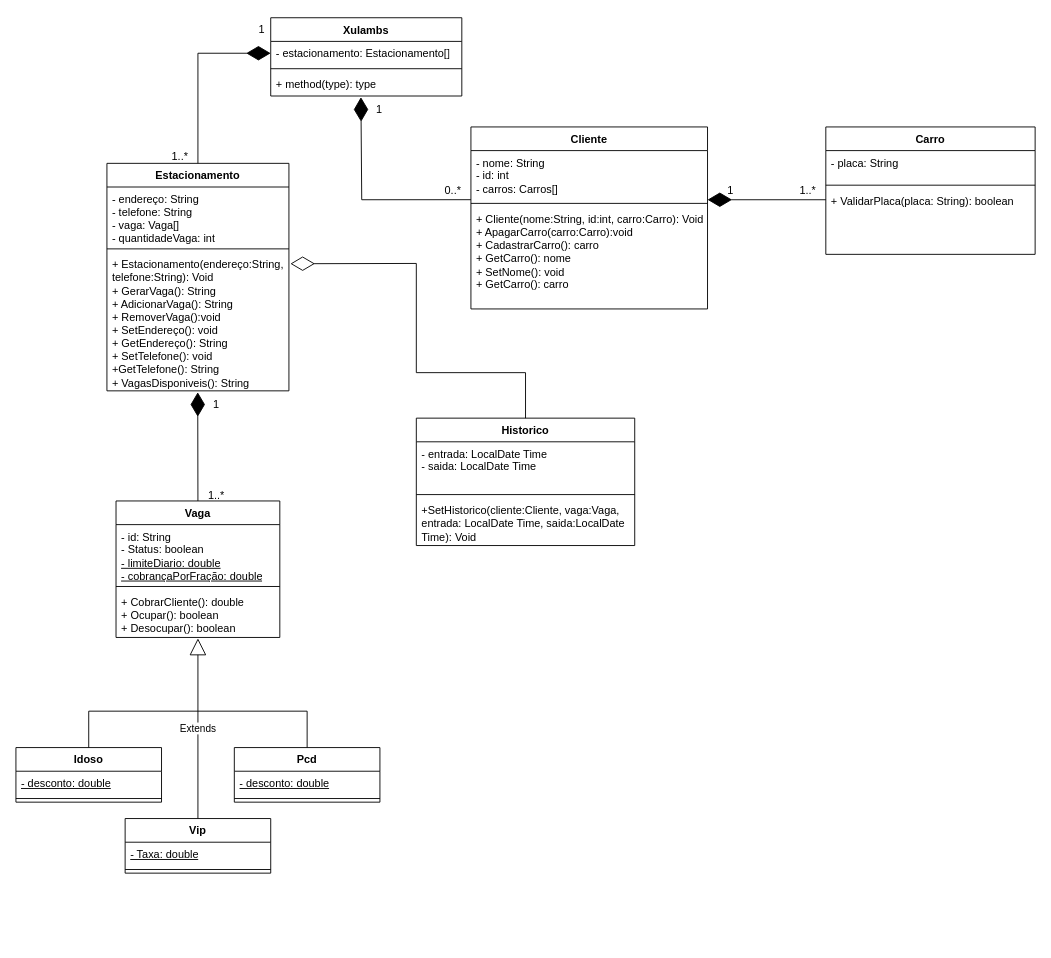
Above: Diagrama sem nome.drawio in Diogo-Henrique-Moreira-da-Silva/C (draw.io), before the change. Source tidied: cells renumbered, new cells numbered last; positions are measured from the earlier drawing's top-left corner, leaving out a move shared by most shapes. Both pictures are drawn from the tidied source at 91%, with x=0, y=0 at pixel (15, 15).
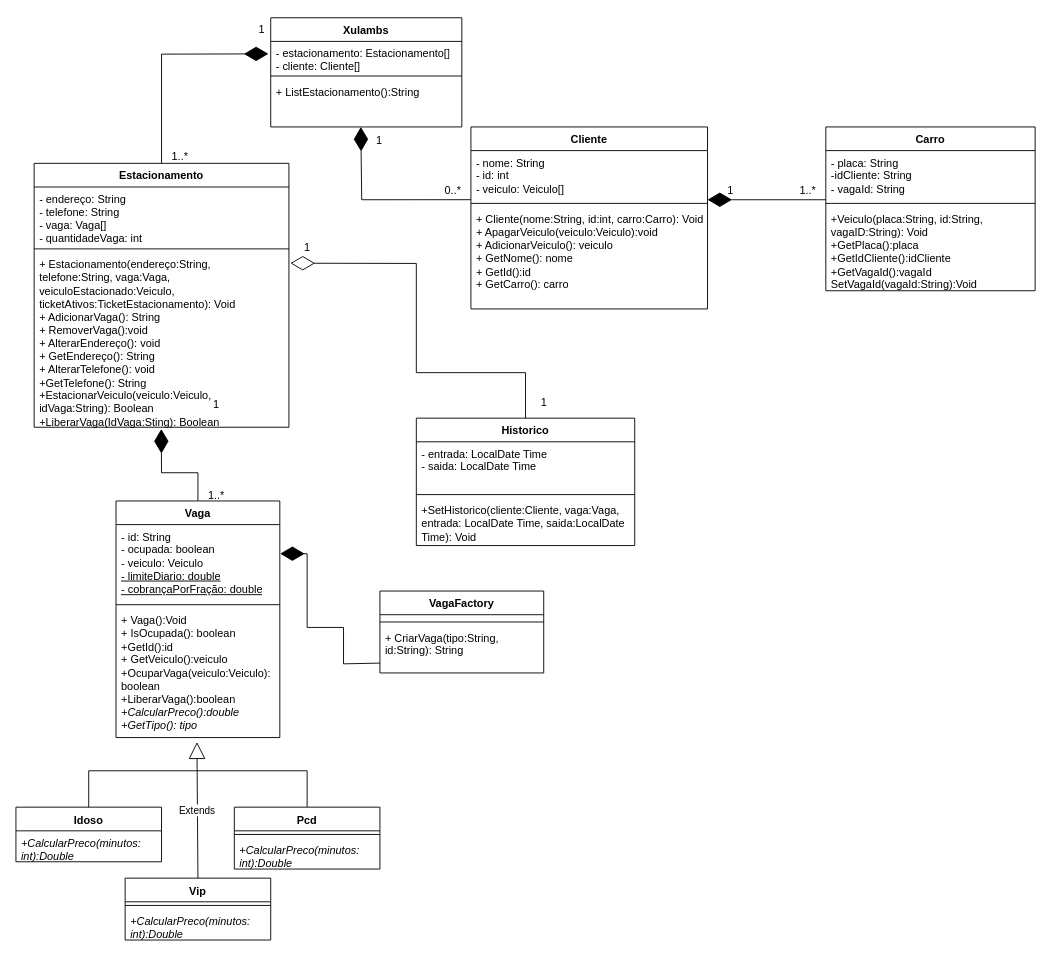
The same page after the edit.

The change refers to these unchanged cells:
```xml
<mxCell id="11" value="Cliente" style="swimlane;fontStyle=1;align=center;verticalAlign=top;horizontal=1;startSize=26;whiteSpace=wrap;html=1;" parent="1" vertex="1">
  <mxGeometry x="500" y="122" width="260" height="200" as="geometry" />
</mxCell>
<mxCell id="15" value="Historico" style="swimlane;fontStyle=1;align=center;verticalAlign=top;horizontal=1;startSize=26;whiteSpace=wrap;html=1;" parent="1" vertex="1">
  <mxGeometry x="440" y="442" width="240" height="140" as="geometry" />
</mxCell>
```

Change to the diagram source:
```diff
@@
     <mxCell id="2" value="Xulambs" style="swimlane;fontStyle=1;align=center;verticalAlign=top;horizontal=1;startSize=26;whiteSpace=wrap;html=1;" parent="1" vertex="1">
-      <mxGeometry x="280" y="2" width="210" height="86" as="geometry" />
+      <mxGeometry x="280" y="2" width="210" height="120" as="geometry" />
     </mxCell>
-    <mxCell id="3" value="- estacionamento: Estacionamento[]" style="text;strokeColor=none;fillColor=none;align=left;verticalAlign=top;spacingLeft=4;spacingRight=4;overflow=hidden;points=[[0,0.5],[1,0.5]];portConstraint=eastwest;whiteSpace=wrap;html=1;" parent="2" vertex="1">
-      <mxGeometry y="26" width="210" height="26" as="geometry" />
+    <mxCell id="3" value="- estacionamento: Estacionamento[]&lt;div&gt;- cliente: Cliente[]&lt;/div&gt;" style="text;strokeColor=none;fillColor=none;align=left;verticalAlign=top;spacingLeft=4;spacingRight=4;overflow=hidden;points=[[0,0.5],[1,0.5]];portConstraint=eastwest;whiteSpace=wrap;html=1;" parent="2" vertex="1">
+      <mxGeometry y="26" width="210" height="34" as="geometry" />
     </mxCell>
     <mxCell id="4" style="line;strokeWidth=1;fillColor=none;align=left;verticalAlign=middle;spacingTop=-1;spacingLeft=3;spacingRight=3;labelPosition=right;strokeColor=inherit;" parent="2" vertex="1">
-      <mxGeometry y="52" width="210" height="8" as="geometry" />
+      <mxGeometry y="60" width="210" height="8" as="geometry" />
     </mxCell>
-    <mxCell id="5" value="+ method(type): type" style="text;strokeColor=none;fillColor=none;align=left;verticalAlign=top;spacingLeft=4;spacingRight=4;overflow=hidden;points=[[0,0.5],[1,0.5]];portConstraint=eastwest;whiteSpace=wrap;html=1;" parent="2" vertex="1">
-      <mxGeometry y="60" width="210" height="26" as="geometry" />
+    <mxCell id="5" value="+ ListEstacionamento():String" style="text;strokeColor=none;fillColor=none;align=left;verticalAlign=top;spacingLeft=4;spacingRight=4;overflow=hidden;points=[[0,0.5],[1,0.5]];portConstraint=eastwest;whiteSpace=wrap;html=1;" parent="2" vertex="1">
+      <mxGeometry y="68" width="210" height="52" as="geometry" />
     </mxCell>
     <mxCell id="6" value="Estacionamento" style="swimlane;fontStyle=1;align=center;verticalAlign=top;horizontal=1;startSize=26;whiteSpace=wrap;html=1;" parent="1" vertex="1">
-      <mxGeometry x="100" y="162" width="200" height="250" as="geometry" />
+      <mxGeometry x="20" y="162" width="280" height="290" as="geometry" />
     </mxCell>
     <mxCell id="7" value="- endereço: String&lt;div&gt;- telefone: String&lt;/div&gt;&lt;div&gt;- vaga: Vaga[]&lt;/div&gt;&lt;div&gt;- quantidadeVaga: int&lt;/div&gt;" style="text;strokeColor=none;fillColor=none;align=left;verticalAlign=top;spacingLeft=4;spacingRight=4;overflow=hidden;whiteSpace=wrap;html=1;" parent="6" vertex="1">
-      <mxGeometry y="26" width="200" height="64" as="geometry" />
+      <mxGeometry y="26" width="280" height="64" as="geometry" />
     </mxCell>
     <mxCell id="8" style="line;strokeWidth=1;fillColor=none;align=left;verticalAlign=middle;spacingTop=-1;spacingLeft=3;spacingRight=3;labelPosition=right;strokeColor=inherit;" parent="6" vertex="1">
-      <mxGeometry y="90" width="200" height="8" as="geometry" />
+      <mxGeometry y="90" width="280" height="8" as="geometry" />
     </mxCell>
-    <mxCell id="9" value="&lt;div&gt;+ Estacionamento(endereço:String, telefone:String): Void&lt;/div&gt;&lt;div&gt;+ GerarVaga(): String&lt;/div&gt;+ AdicionarVaga(): String&lt;div&gt;+ RemoverVaga():void&lt;/div&gt;&lt;div&gt;+ SetEndereço(): void&lt;/div&gt;&lt;div&gt;+ GetEndereço(): String&amp;nbsp;&lt;/div&gt;&lt;div&gt;+ SetTelefone(): void&amp;nbsp;&lt;/div&gt;&lt;div&gt;+GetTelefone(): String&lt;/div&gt;&lt;div&gt;+ VagasDisponiveis(): String&lt;/div&gt;" style="text;strokeColor=none;fillColor=none;align=left;verticalAlign=top;spacingLeft=4;spacingRight=4;overflow=hidden;points=[[0,0.5],[1,0.5]];portConstraint=eastwest;whiteSpace=wrap;html=1;" parent="6" vertex="1">
-      <mxGeometry y="98" width="200" height="152" as="geometry" />
+    <mxCell id="9" value="&lt;div&gt;+ Estacionamento(endereço:String, telefone:String, vaga:Vaga, veiculoEstacionado:Veiculo, ticketAtivos:TicketEstacionamento): Void&lt;/div&gt;&lt;div&gt;&lt;span style=&quot;background-color: initial;&quot;&gt;+ AdicionarVaga(): String&lt;/span&gt;&lt;br&gt;&lt;/div&gt;&lt;div&gt;+ RemoverVaga():void&lt;/div&gt;&lt;div&gt;+ AlterarEndereço(): void&lt;/div&gt;&lt;div&gt;+ GetEndereço(): String&amp;nbsp;&lt;/div&gt;&lt;div&gt;+ AlterarTelefone(): void&amp;nbsp;&lt;/div&gt;&lt;div&gt;+GetTelefone(): String&lt;/div&gt;&lt;div&gt;+EstacionarVeiculo(veiculo:Veiculo, idVaga:String): Boolean&lt;/div&gt;&lt;div&gt;+LiberarVaga(IdVaga:Sting): Boolean&lt;/div&gt;" style="text;strokeColor=none;fillColor=none;align=left;verticalAlign=top;spacingLeft=4;spacingRight=4;overflow=hidden;points=[[0,0.5],[1,0.5]];portConstraint=eastwest;whiteSpace=wrap;html=1;" parent="6" vertex="1">
+      <mxGeometry y="98" width="280" height="192" as="geometry" />
     </mxCell>
-    <mxCell id="10" style="endArrow=diamondThin;endFill=1;endSize=24;html=1;rounded=0;entryX=0;entryY=0.5;entryDx=0;entryDy=0;exitX=0.5;exitY=0;exitDx=0;exitDy=0;" parent="1" edge="1" source="6" target="3">
+    <mxCell id="10" style="endArrow=diamondThin;endFill=1;endSize=24;html=1;rounded=0;entryX=-0.012;entryY=0.403;entryDx=0;entryDy=0;exitX=0.5;exitY=0;exitDx=0;exitDy=0;entryPerimeter=0;" parent="1" edge="1" source="6" target="3">
       <mxGeometry relative="1" as="geometry">
         <Array as="points">
-          <mxPoint x="200" y="41" />
+          <mxPoint x="160" y="42" />
         </Array>
       </mxGeometry>
     </mxCell>
@@
-    <mxCell id="12" value="- nome: String&lt;div&gt;- id: int&lt;/div&gt;&lt;div&gt;- carros: Carros[]&lt;/div&gt;" style="text;strokeColor=none;fillColor=none;align=left;verticalAlign=top;spacingLeft=4;spacingRight=4;overflow=hidden;points=[[0,0.5],[1,0.5]];portConstraint=eastwest;whiteSpace=wrap;html=1;" parent="11" vertex="1">
+    <mxCell id="12" value="- nome: String&lt;div&gt;- id: int&lt;/div&gt;&lt;div&gt;- veiculo: Veiculo[]&lt;/div&gt;" style="text;strokeColor=none;fillColor=none;align=left;verticalAlign=top;spacingLeft=4;spacingRight=4;overflow=hidden;points=[[0,0.5],[1,0.5]];portConstraint=eastwest;whiteSpace=wrap;html=1;" parent="11" vertex="1">
       <mxGeometry y="26" width="260" height="54" as="geometry" />
     </mxCell>
@@
-    <mxCell id="14" value="+ Cliente(nome:String, id:int, carro:Carro): Void&lt;div&gt;+ ApagarCarro(carro:Carro):void&lt;/div&gt;&lt;div&gt;+ CadastrarCarro(): carro&lt;/div&gt;&lt;div&gt;+ GetCarro(): nome&lt;/div&gt;&lt;div&gt;+ SetNome(): void&lt;/div&gt;&lt;div&gt;+ GetCarro(): carro&lt;/div&gt;" style="text;strokeColor=none;fillColor=none;align=left;verticalAlign=top;spacingLeft=4;spacingRight=4;overflow=hidden;whiteSpace=wrap;html=1;" parent="11" vertex="1">
+    <mxCell id="14" value="+ Cliente(nome:String, id:int, carro:Carro): Void&lt;div&gt;+ ApagarVeiculo(veiculo:Veiculo):void&lt;/div&gt;&lt;div&gt;+ AdicionarVeiculo(): veiculo&lt;/div&gt;&lt;div&gt;+ GetNome(): nome&lt;/div&gt;&lt;div&gt;+ GetId():id&lt;/div&gt;&lt;div&gt;&lt;span style=&quot;background-color: initial;&quot;&gt;+ GetCarro(): carro&lt;/span&gt;&lt;br&gt;&lt;/div&gt;" style="text;strokeColor=none;fillColor=none;align=left;verticalAlign=top;spacingLeft=4;spacingRight=4;overflow=hidden;whiteSpace=wrap;html=1;" parent="11" vertex="1">
       <mxGeometry y="88" width="260" height="112" as="geometry" />
     </mxCell>
@@
     <mxCell id="20" value="Carro" style="swimlane;fontStyle=1;align=center;verticalAlign=top;horizontal=1;startSize=26;whiteSpace=wrap;html=1;" parent="1" vertex="1">
-      <mxGeometry x="890" y="122" width="230" height="140" as="geometry" />
+      <mxGeometry x="890" y="122" width="230" height="180" as="geometry" />
     </mxCell>
-    <mxCell id="21" value="- placa: String" style="text;strokeColor=none;fillColor=none;align=left;verticalAlign=top;spacingLeft=4;spacingRight=4;overflow=hidden;whiteSpace=wrap;html=1;" parent="20" vertex="1">
-      <mxGeometry y="26" width="230" height="34" as="geometry" />
+    <mxCell id="21" value="- placa: String&lt;div&gt;-idCliente: String&lt;/div&gt;&lt;div&gt;- vagaId: String&lt;/div&gt;" style="text;strokeColor=none;fillColor=none;align=left;verticalAlign=top;spacingLeft=4;spacingRight=4;overflow=hidden;whiteSpace=wrap;html=1;" parent="20" vertex="1">
+      <mxGeometry y="26" width="230" height="54" as="geometry" />
     </mxCell>
     <mxCell id="22" style="line;strokeWidth=1;fillColor=none;align=left;verticalAlign=middle;spacingTop=-1;spacingLeft=3;spacingRight=3;labelPosition=right;strokeColor=inherit;" parent="20" vertex="1">
-      <mxGeometry y="60" width="230" height="8" as="geometry" />
+      <mxGeometry y="80" width="230" height="8" as="geometry" />
     </mxCell>
-    <mxCell id="23" value="+ ValidarPlaca(placa: String): boolean" style="text;strokeColor=none;fillColor=none;align=left;verticalAlign=top;spacingLeft=4;spacingRight=4;overflow=hidden;whiteSpace=wrap;html=1;" parent="20" vertex="1">
-      <mxGeometry y="68" width="230" height="72" as="geometry" />
+    <mxCell id="23" value="+Veiculo(placa:String, id:String, vagaID:String): Void&lt;div&gt;+GetPlaca():placa&lt;/div&gt;+GetIdCliente():idCliente&lt;div&gt;+GetVagaId():vagaId&lt;br&gt;&lt;/div&gt;&lt;div&gt;SetVagaId(vagaId:String):Void&lt;/div&gt;" style="text;strokeColor=none;fillColor=none;align=left;verticalAlign=top;spacingLeft=4;spacingRight=4;overflow=hidden;whiteSpace=wrap;html=1;" parent="20" vertex="1">
+      <mxGeometry y="88" width="230" height="92" as="geometry" />
     </mxCell>
-    <mxCell id="24" style="endArrow=diamondThin;endFill=1;endSize=24;html=1;rounded=0;entryX=0.472;entryY=1.051;entryDx=0;entryDy=0;entryPerimeter=0;exitX=0;exitY=0.999;exitDx=0;exitDy=0;exitPerimeter=0;" parent="1" edge="1" source="12" target="5">
+    <mxCell id="24" style="endArrow=diamondThin;endFill=1;endSize=24;html=1;rounded=0;exitX=0;exitY=0.999;exitDx=0;exitDy=0;exitPerimeter=0;" parent="1" edge="1" source="12">
       <mxGeometry relative="1" as="geometry">
+        <mxPoint x="379" y="122" as="targetPoint" />
         <Array as="points">
           <mxPoint x="380" y="202" />
         </Array>
       </mxGeometry>
     </mxCell>
-    <mxCell id="25" style="endArrow=diamondThin;endFill=0;endSize=24;html=1;rounded=0;entryX=1.008;entryY=0.081;entryDx=0;entryDy=0;entryPerimeter=0;exitX=0.5;exitY=0;exitDx=0;exitDy=0;" parent="1" edge="1" source="15" target="9">
+    <mxCell id="25" style="endArrow=diamondThin;endFill=0;endSize=24;html=1;rounded=0;entryX=1.006;entryY=0.061;entryDx=0;entryDy=0;entryPerimeter=0;exitX=0.5;exitY=0;exitDx=0;exitDy=0;" parent="1" edge="1" source="15" target="9">
       <mxGeometry relative="1" as="geometry">
         <Array as="points">
           <mxPoint x="560" y="392" />
           <mxPoint x="440" y="392" />
           <mxPoint x="440" y="272" />
         </Array>
       </mxGeometry>
     </mxCell>
     <mxCell id="26" style="endArrow=diamondThin;endFill=1;endSize=24;html=1;rounded=0;entryX=0.499;entryY=1.01;entryDx=0;entryDy=0;entryPerimeter=0;exitX=0.5;exitY=0;exitDx=0;exitDy=0;" parent="1" edge="1" source="27" target="9">
-      <mxGeometry relative="1" as="geometry" />
+      <mxGeometry relative="1" as="geometry">
+        <Array as="points">
+          <mxPoint x="200" y="502" />
+          <mxPoint x="160" y="502" />
+        </Array>
+      </mxGeometry>
     </mxCell>
     <mxCell id="27" value="Vaga" style="swimlane;fontStyle=1;align=center;verticalAlign=top;horizontal=1;startSize=26;whiteSpace=wrap;html=1;" parent="1" vertex="1">
-      <mxGeometry x="110" y="533" width="180" height="150" as="geometry" />
+      <mxGeometry x="110" y="533" width="180" height="260" as="geometry" />
     </mxCell>
-    <mxCell id="28" value="- id: String&lt;div&gt;- Status: boolean&lt;/div&gt;&lt;div&gt;&lt;div&gt;&lt;u&gt;- limiteDiario: double&lt;/u&gt;&lt;/div&gt;&lt;div&gt;&lt;u&gt;- cobrançaPorFração: double&lt;/u&gt;&lt;/div&gt;&lt;/div&gt;" style="text;strokeColor=none;fillColor=none;align=left;verticalAlign=top;spacingLeft=4;spacingRight=4;overflow=hidden;points=[[0,0.5],[1,0.5]];portConstraint=eastwest;whiteSpace=wrap;html=1;" parent="27" vertex="1">
-      <mxGeometry y="26" width="180" height="64" as="geometry" />
+    <mxCell id="28" value="- id: String&lt;div&gt;- ocupada: boolean&lt;/div&gt;&lt;div&gt;- veiculo: Veiculo&lt;/div&gt;&lt;div&gt;&lt;div&gt;&lt;u&gt;- limiteDiario: double&lt;/u&gt;&lt;/div&gt;&lt;div&gt;&lt;u&gt;- cobrançaPorFração: double&lt;/u&gt;&lt;/div&gt;&lt;/div&gt;" style="text;strokeColor=none;fillColor=none;align=left;verticalAlign=top;spacingLeft=4;spacingRight=4;overflow=hidden;points=[[0,0.5],[1,0.5]];portConstraint=eastwest;whiteSpace=wrap;html=1;" parent="27" vertex="1">
+      <mxGeometry y="26" width="180" height="84" as="geometry" />
     </mxCell>
     <mxCell id="29" style="line;strokeWidth=1;fillColor=none;align=left;verticalAlign=middle;spacingTop=-1;spacingLeft=3;spacingRight=3;labelPosition=right;strokeColor=inherit;" parent="27" vertex="1">
-      <mxGeometry y="90" width="180" height="8" as="geometry" />
+      <mxGeometry y="110" width="180" height="8" as="geometry" />
     </mxCell>
-    <mxCell id="30" value="+ CobrarCliente(): double&lt;div&gt;+ Ocupar(): boolean&lt;/div&gt;&lt;div&gt;+ Desocupar(): boolean&lt;/div&gt;" style="text;strokeColor=none;fillColor=none;align=left;verticalAlign=top;spacingLeft=4;spacingRight=4;overflow=hidden;points=[[0,0.5],[1,0.5]];portConstraint=eastwest;whiteSpace=wrap;html=1;" parent="27" vertex="1">
-      <mxGeometry y="98" width="180" height="52" as="geometry" />
+    <mxCell id="30" value="&lt;div&gt;+ Vaga():Void&lt;/div&gt;&lt;div&gt;+ IsOcupada(): boolean&lt;/div&gt;&lt;div&gt;+GetId():id&lt;/div&gt;&lt;div&gt;+ GetVeiculo():veiculo&lt;/div&gt;&lt;div&gt;+OcuparVaga&lt;span style=&quot;background-color: initial;&quot;&gt;(veiculo:Veiculo): boolean&lt;/span&gt;&lt;/div&gt;&lt;div&gt;&lt;span style=&quot;background-color: initial;&quot;&gt;+LiberarVaga():boolean&lt;/span&gt;&lt;/div&gt;&lt;div&gt;&lt;span style=&quot;background-color: initial;&quot;&gt;&lt;i&gt;+CalcularPreco():double&lt;/i&gt;&lt;/span&gt;&lt;/div&gt;&lt;div&gt;&lt;span style=&quot;background-color: initial;&quot;&gt;&lt;i&gt;+GetTipo(): tipo&lt;/i&gt;&lt;/span&gt;&lt;/div&gt;" style="text;strokeColor=none;fillColor=none;align=left;verticalAlign=top;spacingLeft=4;spacingRight=4;overflow=hidden;points=[[0,0.5],[1,0.5]];portConstraint=eastwest;whiteSpace=wrap;html=1;" parent="27" vertex="1">
+      <mxGeometry y="118" width="180" height="142" as="geometry" />
     </mxCell>
     <mxCell id="31" value="Idoso" style="swimlane;fontStyle=1;align=center;verticalAlign=top;horizontal=1;startSize=26;whiteSpace=wrap;html=1;" parent="1" vertex="1">
-      <mxGeometry y="804" width="160" height="60" as="geometry" />
+      <mxGeometry y="869.5" width="160" height="60" as="geometry" />
     </mxCell>
-    <mxCell id="32" value="&lt;u&gt;- desconto: double&lt;/u&gt;" style="text;strokeColor=none;fillColor=none;align=left;verticalAlign=top;spacingLeft=4;spacingRight=4;overflow=hidden;whiteSpace=wrap;html=1;" parent="31" vertex="1">
-      <mxGeometry y="26" width="160" height="26" as="geometry" />
-    </mxCell>
-    <mxCell id="33" style="line;strokeWidth=1;fillColor=none;align=left;verticalAlign=middle;spacingTop=-1;spacingLeft=3;spacingRight=3;labelPosition=right;strokeColor=inherit;" parent="31" vertex="1">
-      <mxGeometry y="52" width="160" height="8" as="geometry" />
-    </mxCell>
+    <mxCell id="51" value="&lt;i&gt;+CalcularPreco(minutos:&lt;/i&gt;&lt;div&gt;&lt;i&gt;int):Double&lt;/i&gt;&lt;/div&gt;" style="text;strokeColor=none;fillColor=none;align=left;verticalAlign=top;spacingLeft=4;spacingRight=4;overflow=hidden;whiteSpace=wrap;html=1;" parent="31" vertex="1">
+      <mxGeometry y="26" width="160" height="34" as="geometry" />
+    </mxCell>
     <mxCell id="34" value="Vip" style="swimlane;fontStyle=1;align=center;verticalAlign=top;horizontal=1;startSize=26;whiteSpace=wrap;html=1;" parent="1" vertex="1">
-      <mxGeometry x="120" y="882" width="160" height="60" as="geometry" />
+      <mxGeometry x="120" y="947.5" width="160" height="68" as="geometry" />
     </mxCell>
-    <mxCell id="35" value="&lt;u&gt;- Taxa: double&lt;/u&gt;" style="text;strokeColor=none;fillColor=none;align=left;verticalAlign=top;spacingLeft=4;spacingRight=4;overflow=hidden;whiteSpace=wrap;html=1;" parent="34" vertex="1">
-      <mxGeometry y="26" width="160" height="26" as="geometry" />
-    </mxCell>
     <mxCell id="36" style="line;strokeWidth=1;fillColor=none;align=left;verticalAlign=middle;spacingTop=-1;spacingLeft=3;spacingRight=3;labelPosition=right;strokeColor=inherit;" parent="34" vertex="1">
-      <mxGeometry y="52" width="160" height="8" as="geometry" />
+      <mxGeometry y="26" width="160" height="8" as="geometry" />
     </mxCell>
+    <mxCell id="52" value="&lt;i&gt;+CalcularPreco(minutos:&lt;/i&gt;&lt;div&gt;&lt;i&gt;int):Double&lt;/i&gt;&lt;/div&gt;" style="text;strokeColor=none;fillColor=none;align=left;verticalAlign=top;spacingLeft=4;spacingRight=4;overflow=hidden;whiteSpace=wrap;html=1;" parent="34" vertex="1">
+      <mxGeometry y="34" width="160" height="34" as="geometry" />
+    </mxCell>
     <mxCell id="37" value="Pcd" style="swimlane;fontStyle=1;align=center;verticalAlign=top;horizontal=1;startSize=26;whiteSpace=wrap;html=1;" parent="1" vertex="1">
-      <mxGeometry x="240" y="804" width="160" height="60" as="geometry" />
+      <mxGeometry x="240" y="869.5" width="160" height="68" as="geometry" />
     </mxCell>
-    <mxCell id="38" value="&lt;u&gt;- desconto: double&lt;/u&gt;" style="text;strokeColor=none;fillColor=none;align=left;verticalAlign=top;spacingLeft=4;spacingRight=4;overflow=hidden;whiteSpace=wrap;html=1;" parent="37" vertex="1">
-      <mxGeometry y="26" width="160" height="26" as="geometry" />
-    </mxCell>
     <mxCell id="39" style="line;strokeWidth=1;fillColor=none;align=left;verticalAlign=middle;spacingTop=-1;spacingLeft=3;spacingRight=3;labelPosition=right;strokeColor=inherit;" parent="37" vertex="1">
-      <mxGeometry y="52" width="160" height="8" as="geometry" />
+      <mxGeometry y="26" width="160" height="8" as="geometry" />
     </mxCell>
+    <mxCell id="53" value="&lt;i&gt;+CalcularPreco(minutos:&lt;/i&gt;&lt;div&gt;&lt;i&gt;int):Double&lt;/i&gt;&lt;/div&gt;" style="text;strokeColor=none;fillColor=none;align=left;verticalAlign=top;spacingLeft=4;spacingRight=4;overflow=hidden;whiteSpace=wrap;html=1;" parent="37" vertex="1">
+      <mxGeometry y="34" width="160" height="34" as="geometry" />
+    </mxCell>
-    <mxCell id="40" value="Extends" style="endArrow=block;endSize=16;endFill=0;html=1;rounded=0;exitX=0.5;exitY=0;exitDx=0;exitDy=0;entryX=0.5;entryY=1.019;entryDx=0;entryDy=0;entryPerimeter=0;" parent="1" edge="1" source="34" target="30">
+    <mxCell id="40" value="Extends" style="endArrow=block;endSize=16;endFill=0;html=1;rounded=0;exitX=0.5;exitY=0;exitDx=0;exitDy=0;entryX=0.494;entryY=1.035;entryDx=0;entryDy=0;entryPerimeter=0;" parent="1" edge="1" source="34" target="30">
       <mxGeometry relative="1" as="geometry" />
     </mxCell>
     <mxCell id="41" style="endArrow=none;html=1;rounded=0;entryX=0.5;entryY=0;entryDx=0;entryDy=0;" parent="1" edge="1" target="37">
       <mxGeometry relative="1" as="geometry">
-        <mxPoint x="200" y="764" as="sourcePoint" />
+        <mxPoint x="200" y="829.5" as="sourcePoint" />
         <Array as="points">
-          <mxPoint x="320" y="764" />
+          <mxPoint x="320" y="829.5" />
         </Array>
       </mxGeometry>
     </mxCell>
-    <mxCell id="42" style="endArrow=none;html=1;rounded=0;exitX=0.5;exitY=0;exitDx=0;exitDy=0;" parent="1" edge="1" source="31">
+    <mxCell id="42" style="endArrow=none;html=1;rounded=0;exitX=0.5;exitY=0;exitDx=0;exitDy=0;" parent="1" edge="1">
       <mxGeometry relative="1" as="geometry">
-        <mxPoint x="200" y="764" as="targetPoint" />
+        <mxPoint x="80" y="869.5" as="sourcePoint" />
+        <mxPoint x="200" y="829.5" as="targetPoint" />
         <Array as="points">
-          <mxPoint x="80" y="764" />
+          <mxPoint x="80" y="829.5" />
         </Array>
       </mxGeometry>
     </mxCell>
@@
     <mxCell id="47" value="1" style="text;html=1;align=center;verticalAlign=middle;strokeColor=none;fillColor=none;" parent="1" vertex="1">
-      <mxGeometry x="384" y="88" width="30" height="30" as="geometry" />
+      <mxGeometry x="384" y="122" width="30" height="30" as="geometry" />
     </mxCell>
@@
+    <mxCell id="54" value="VagaFactory" style="swimlane;fontStyle=1;align=center;verticalAlign=top;horizontal=1;startSize=26;whiteSpace=wrap;html=1;" parent="1" vertex="1">
+      <mxGeometry x="400" y="632" width="180" height="90" as="geometry" />
+    </mxCell>
+    <mxCell id="55" value="&lt;div&gt;&lt;div&gt;&lt;br&gt;&lt;/div&gt;&lt;/div&gt;" style="text;strokeColor=none;fillColor=none;align=left;verticalAlign=top;spacingLeft=4;spacingRight=4;overflow=hidden;whiteSpace=wrap;html=1;" parent="54" vertex="1">
+      <mxGeometry y="26" width="180" height="4" as="geometry" />
+    </mxCell>
+    <mxCell id="56" style="line;strokeWidth=1;fillColor=none;align=left;verticalAlign=middle;spacingTop=-1;spacingLeft=3;spacingRight=3;labelPosition=right;strokeColor=inherit;" parent="54" vertex="1">
+      <mxGeometry y="30" width="180" height="8" as="geometry" />
+    </mxCell>
+    <mxCell id="57" value="+ CriarVaga(tipo:String, id:String): String" style="text;strokeColor=none;fillColor=none;align=left;verticalAlign=top;spacingLeft=4;spacingRight=4;overflow=hidden;points=[[0,0.5],[1,0.5]];portConstraint=eastwest;whiteSpace=wrap;html=1;" parent="54" vertex="1">
+      <mxGeometry y="38" width="180" height="52" as="geometry" />
+    </mxCell>
+    <mxCell id="58" style="endArrow=diamondThin;endFill=1;endSize=24;html=1;rounded=0;entryX=1.002;entryY=0.38;entryDx=0;entryDy=0;exitX=0.001;exitY=0.792;exitDx=0;exitDy=0;exitPerimeter=0;entryPerimeter=0;" parent="1" edge="1" source="57" target="28">
+      <mxGeometry relative="1" as="geometry">
+        <Array as="points">
+          <mxPoint x="360" y="712" />
+          <mxPoint x="360" y="672" />
+          <mxPoint x="320" y="672" />
+          <mxPoint x="320" y="591" />
+        </Array>
+      </mxGeometry>
+    </mxCell>
+    <mxCell id="59" value="1" style="text;html=1;align=center;verticalAlign=middle;strokeColor=none;fillColor=none;" parent="1" vertex="1">
+      <mxGeometry x="305" y="240" width="30" height="30" as="geometry" />
+    </mxCell>
+    <mxCell id="60" value="1" style="text;html=1;align=center;verticalAlign=middle;strokeColor=none;fillColor=none;" parent="1" vertex="1">
+      <mxGeometry x="565" y="410" width="30" height="30" as="geometry" />
+    </mxCell>
```
